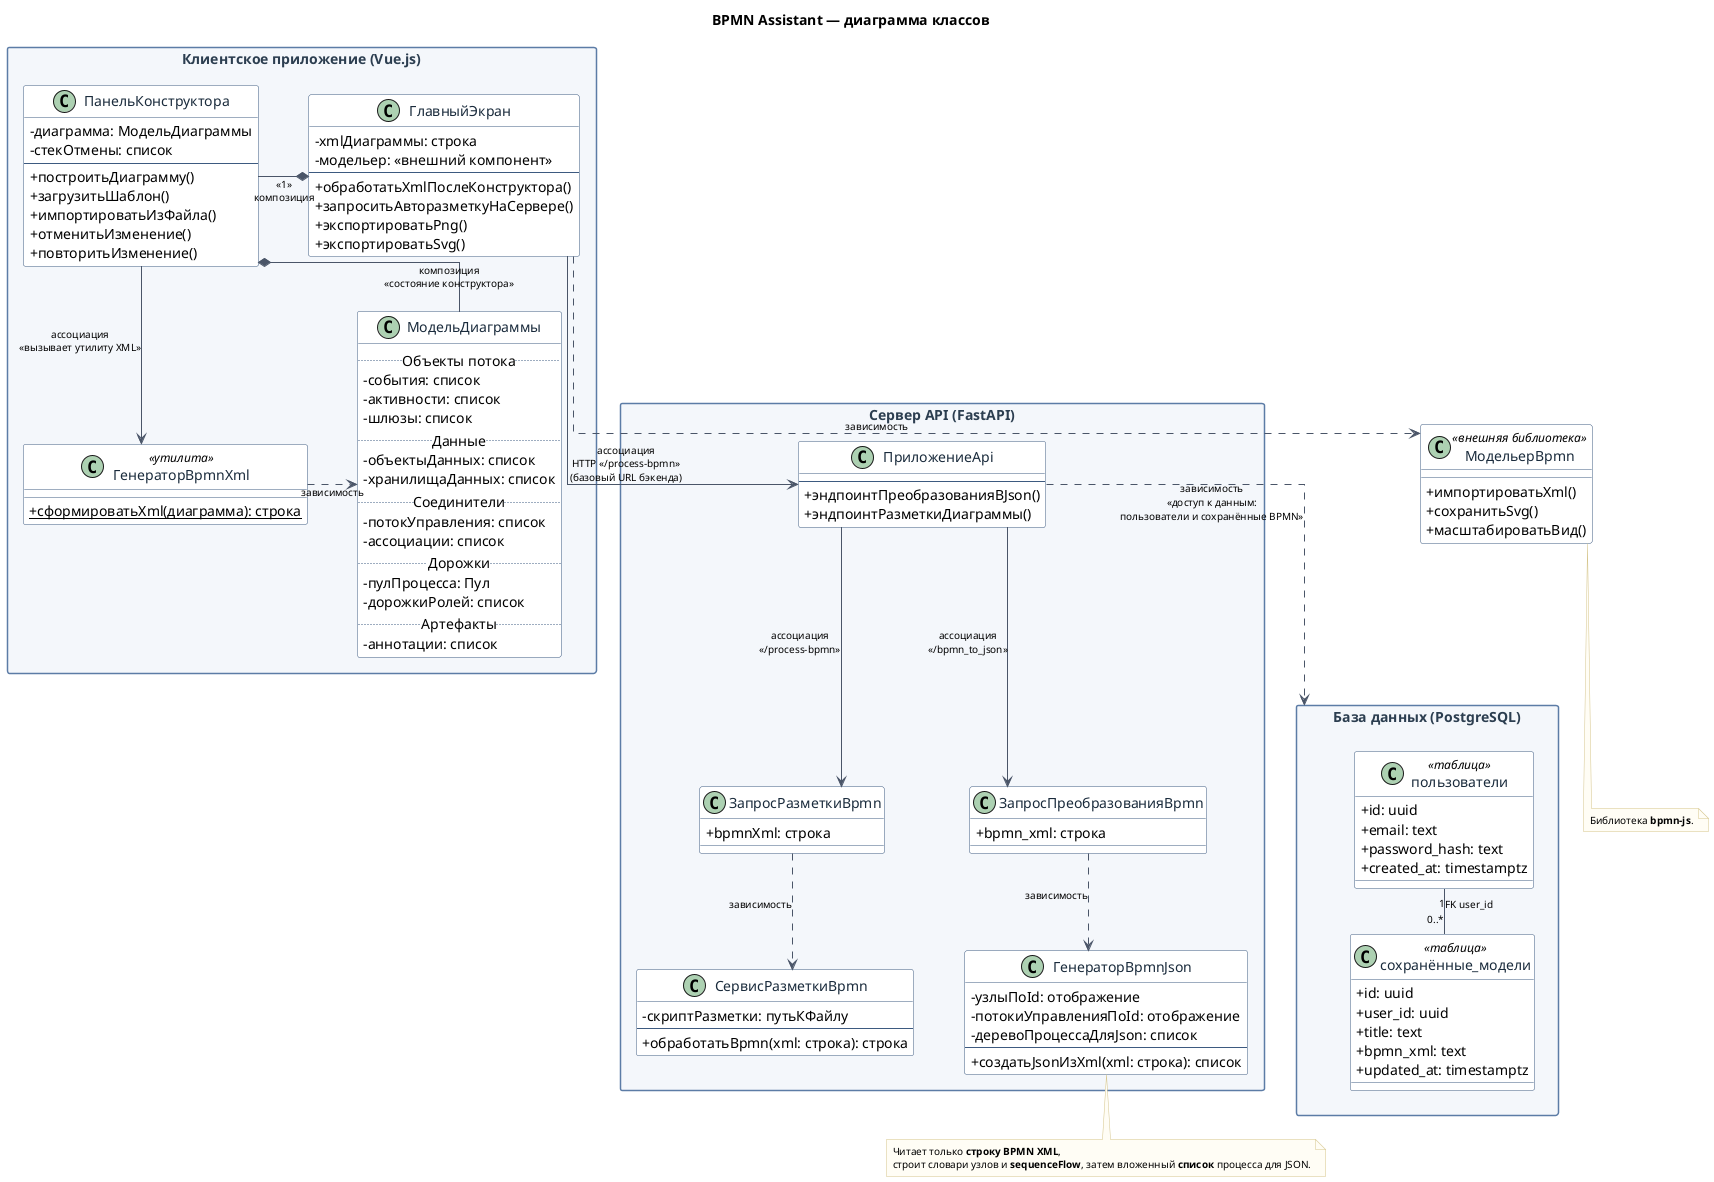
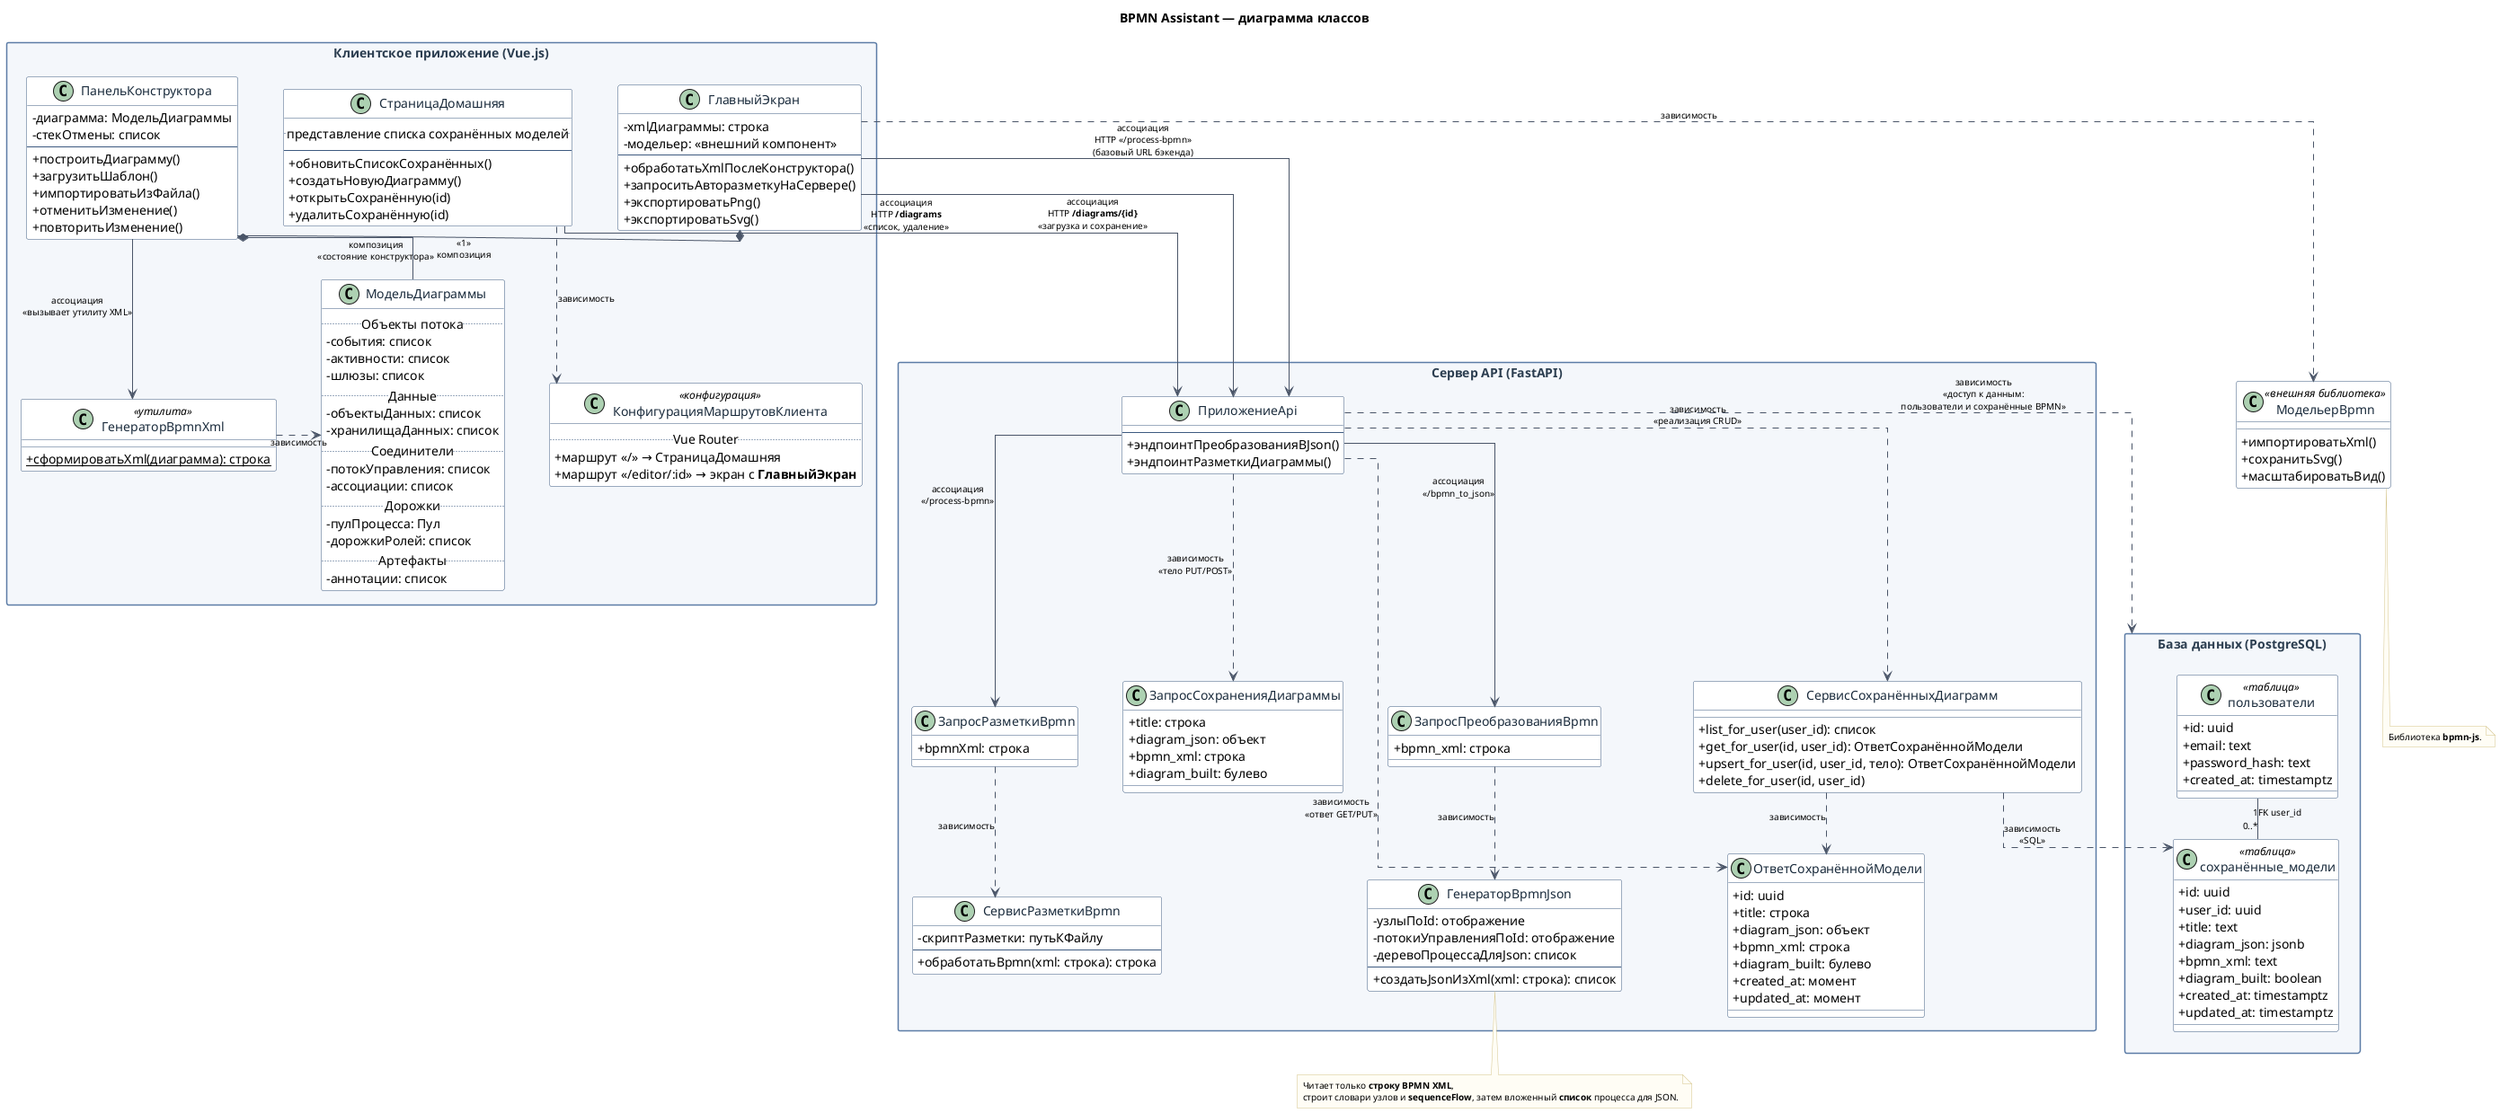
@startuml bpmn-assistant-class-diagram
title BPMN Assistant — диаграмма классов

skinparam shadowing false
skinparam handwritten false
skinparam linetype ortho
skinparam nodesep 50
skinparam ranksep 45
skinparam classAttributeIconSize 0
skinparam packageStyle rectangle
skinparam package {
  BackgroundColor #F4F7FB
  BorderColor #5C7CA6
  FontStyle bold
  FontColor #2C3E50
}
skinparam class {
  BackgroundColor #FFFFFF
  BorderColor #3D5A80
  FontColor #1A2B3C
}
skinparam arrow {
  Color #4A5568
  FontSize 10
}
skinparam note {
  BackgroundColor #FFFDF5
  BorderColor #D4C48A
  FontSize 10
}

' --- Клиент ---
package "Клиентское приложение (Vue.js)" as PKG_CLIENT {

  class ГлавныйЭкран {
    - xmlДиаграммы: строка
    - модельер: «внешний компонент»
    --
    + обработатьXmlПослеКонструктора()
    + запроситьАвторазметкуНаСервере()
    + экспортироватьPng()
    + экспортироватьSvg()
  }

  class ПанельКонструктора {
    - диаграмма: МодельДиаграммы
    - стекОтмены: список
    --
    + построитьДиаграмму()
    + загрузитьШаблон()
    + импортироватьИзФайла()
    + отменитьИзменение()
    + повторитьИзменение()
  }

  class МодельДиаграммы {
    .. Объекты потока ..
    - события: список
    - активности: список
    - шлюзы: список
    .. Данные ..
    - объектыДанных: список
    - хранилищаДанных: список
    .. Соединители ..
    - потокУправления: список
    - ассоциации: список
    .. Дорожки ..
    - пулПроцесса: Пул
    - дорожкиРолей: список
    .. Артефакты ..
    - аннотации: список
  }

  class ГенераторBpmnXml <<утилита>> {
    {static} + сформироватьXml(диаграмма): строка
  }
+ 
+   class СтраницаДомашняя {
+     .. представление списка сохранённых моделей ..
+     --
+     + обновитьСписокСохранённых()
+     + создатьНовуюДиаграмму()
+     + открытьСохранённую(id)
+     + удалитьСохранённую(id)
+   }
+ 
+   class КонфигурацияМаршрутовКлиента <<конфигурация>> {
+     .. Vue Router ..
+     + маршрут «/» → СтраницаДомашняя
+     + маршрут «/editor/:id» → экран с **ГлавныйЭкран**
+   }
}

class МодельерBpmn <<внешняя библиотека>> {
  + импортироватьXml()
  + сохранитьSvg()
  + масштабироватьВид()
}

' --- Сервер ---
package "Сервер API (FastAPI)" as PKG_SERVER {

  class ПриложениеApi {
    --
    + эндпоинтПреобразованияВJson()
    + эндпоинтРазметкиДиаграммы()
  }

  class ЗапросПреобразованияBpmn {
    + bpmn_xml: строка
  }

  class ЗапросРазметкиBpmn {
    + bpmnXml: строка
  }

  class ГенераторBpmnJson {
    - узлыПоId: отображение
    - потокиУправленияПоId: отображение
    - деревоПроцессаДляJson: список
    --
    + создатьJsonИзXml(xml: строка): список
  }

  class СервисРазметкиBpmn {
    - скриптРазметки: путьКФайлу
    --
    + обработатьBpmn(xml: строка): строка
+   }
+ 
+   class ЗапросСохраненияДиаграммы {
+     + title: строка
+     + diagram_json: объект
+     + bpmn_xml: строка
+     + diagram_built: булево
+   }
+ 
+   class ОтветСохранённойМодели {
+     + id: uuid
+     + title: строка
+     + diagram_json: объект
+     + bpmn_xml: строка
+     + diagram_built: булево
+     + created_at: момент
+     + updated_at: момент
+   }
+ 
+   class СервисСохранённыхДиаграмм {
+     + list_for_user(user_id): список
+     + get_for_user(id, user_id): ОтветСохранённойМодели
+     + upsert_for_user(id, user_id, тело): ОтветСохранённойМодели
+     + delete_for_user(id, user_id)
  }
}

' --- База данных (персистенция) ---
package "База данных (PostgreSQL)" as PKG_DB {

  class пользователи <<таблица>> {
    + id: uuid
    + email: text
    + password_hash: text
    + created_at: timestamptz
  }

  class сохранённые_модели <<таблица>> {
    + id: uuid
    + user_id: uuid
    + title: text
+     + diagram_json: jsonb
    + bpmn_xml: text
+     + diagram_built: boolean
+     + created_at: timestamptz
    + updated_at: timestamptz
  }

  пользователи "1" -- "0..*" сохранённые_модели : «FK user_id»
}

' --- Три вида отношений (по учебнику UML) ---
' *-- композиция | --> ассоциация (сплошая) | ..> зависимость (пунктир)

' Композиция: часть не имеет смысла без целого
ГлавныйЭкран *-right-- ПанельКонструктора : «1»\nкомпозиция
ПанельКонструктора *-right-- МодельДиаграммы : композиция\n«состояние конструктора»

' Ассоциация: устойчивое использование функционала / обмен по контракту
ГлавныйЭкран -down-> ПриложениеApi : ассоциация\nHTTP «/process-bpmn»\n(базовый URL бэкенда)
ПанельКонструктора -down-> ГенераторBpmnXml : ассоциация\n«вызывает утилиту XML»
ПриложениеApi -down-> ЗапросПреобразованияBpmn : ассоциация\n«/bpmn_to_json»
ПриложениеApi -down-> ЗапросРазметкиBpmn : ассоциация\n«/process-bpmn»

' Зависимость: изменение «неизменного» класса может потребовать правки зависимого
ГлавныйЭкран .down.> МодельерBpmn : зависимость
ГенераторBpmnXml .right.> МодельДиаграммы : зависимость
ЗапросПреобразованияBpmn .down.> ГенераторBpmnJson : зависимость
ЗапросРазметкиBpmn .down.> СервисРазметкиBpmn : зависимость

ПриложениеApi .down.> PKG_DB : зависимость\n«доступ к данным:\nпользователи и сохранённые BPMN»

+ ' --- Домашняя страница и сохранение моделей в БД (добавлено) ---
+ СтраницаДомашняя ..> КонфигурацияМаршрутовКлиента : зависимость
+ СтраницаДомашняя -down-> ПриложениеApi : ассоциация\nHTTP **/diagrams**\n«список, удаление»
+ ГлавныйЭкран -down-> ПриложениеApi : ассоциация\nHTTP **/diagrams/{id}**\n«загрузка и сохранение»
+ ПриложениеApi .down.> ЗапросСохраненияДиаграммы : зависимость\n«тело PUT/POST»
+ ПриложениеApi .down.> ОтветСохранённойМодели : зависимость\n«ответ GET/PUT»
+ ПриложениеApi .down.> СервисСохранённыхДиаграмм : зависимость\n«реализация CRUD»
+ СервисСохранённыхДиаграмм .down.> сохранённые_модели : зависимость\n«SQL»
+ СервисСохранённыхДиаграмм ..> ОтветСохранённойМодели : зависимость
+ 

note bottom of МодельерBpmn
  Библиотека **bpmn-js**.
end note

note bottom of ГенераторBpmnJson
  Читает только **строку BPMN XML**,
  строит словари узлов и **sequenceFlow**, затем вложенный **список** процесса для JSON.
end note

+ 
@enduml
